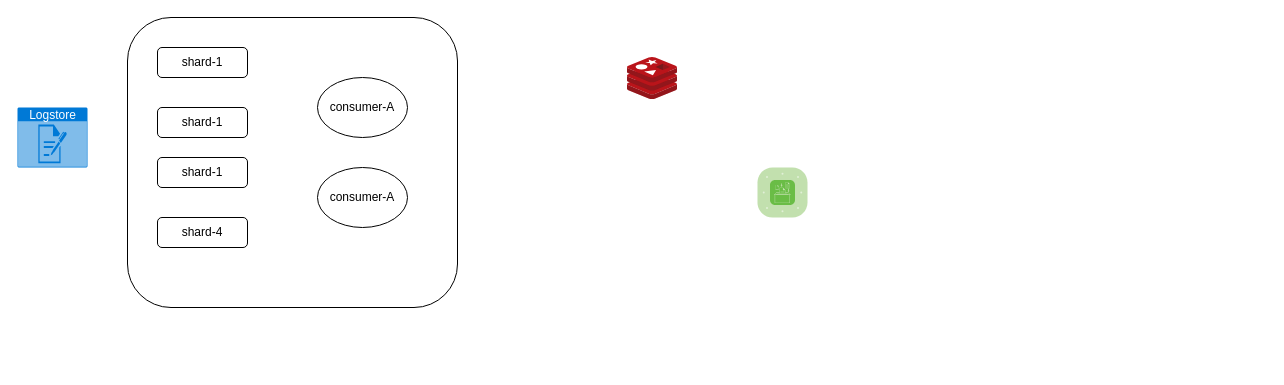
zhao520a1a/zhao520a1a.github.io keeps this draw.io diagram as Untitled Diagram.drawio. Above is the earlier version. Source tidied: cells renumbered, new cells numbered last; positions are measured from the earlier drawing's top-left corner, leaving out a move shared by most shapes. Both pictures are drawn from the tidied source at 100%, with x=0, y=0 at pixel (17, 17).
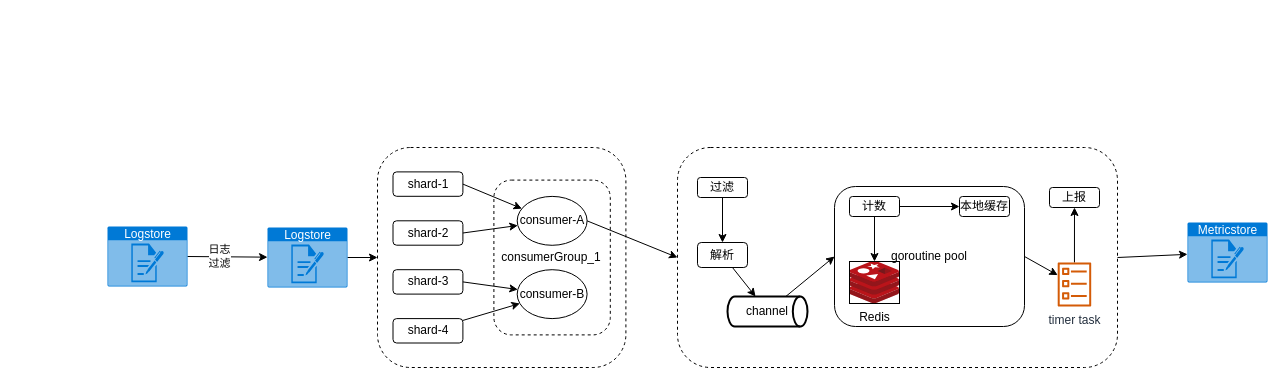
Above is the later version.

Diff of the diagram source:
```diff
@@
-    <mxCell id="2" style="sketch=0;html=1;points=[];align=center;image;fontSize=12;image=img/lib/mscae/Cache_Redis_Product.svg;" parent="1" vertex="1">
-      <mxGeometry x="610" y="40" width="50" height="42" as="geometry" />
-    </mxCell>
-    <mxCell id="3" style="verticalLabelPosition=bottom;sketch=0;html=1;fillColor=#6ABD46;strokeColor=none;verticalAlign=top;align=center;shape=mxgraph.cisco_safe.compositeIcon;bgIcon=mxgraph.cisco_safe.architecture.generic_appliance;resIcon=mxgraph.cisco_safe.architecture.log_collector;" parent="1" vertex="1">
-      <mxGeometry x="740" y="150" width="50" height="50" as="geometry" />
-    </mxCell>
+    <mxCell id="12" style="rounded=1;whiteSpace=wrap;html=1;dashed=1;strokeColor=default;" parent="1" vertex="1">
+      <mxGeometry x="660" y="130" width="440" height="220" as="geometry" />
+    </mxCell>
+    <mxCell id="13" style="edgeStyle=none;jettySize=auto;html=1;elbow=vertical;" parent="1" edge="1" source="4" target="5">
+      <mxGeometry relative="1" as="geometry" />
+    </mxCell>
     <mxCell id="4" value="Logstore" style="html=1;strokeColor=none;fillColor=#0079D6;labelPosition=center;verticalLabelPosition=middle;verticalAlign=top;align=center;fontSize=12;outlineConnect=0;spacingTop=-6;fontColor=#FFFFFF;sketch=0;shape=mxgraph.sitemap.log;" parent="1" vertex="1">
-      <mxGeometry y="90" width="70" height="60" as="geometry" />
+      <mxGeometry x="250" y="210" width="80" height="60" as="geometry" />
     </mxCell>
+    <mxCell id="14" value="Metricstore" style="html=1;strokeColor=none;fillColor=#0079D6;labelPosition=center;verticalLabelPosition=middle;verticalAlign=top;align=center;fontSize=12;outlineConnect=0;spacingTop=-6;fontColor=#FFFFFF;sketch=0;shape=mxgraph.sitemap.log;" parent="1" vertex="1">
+      <mxGeometry x="1170" y="205" width="80" height="60" as="geometry" />
+    </mxCell>
+    <mxCell id="15" style="edgeStyle=none;jettySize=auto;html=1;exitX=1;exitY=0.5;exitDx=0;exitDy=0;elbow=vertical;" parent="1" edge="1" source="12" target="14">
+      <mxGeometry relative="1" as="geometry" />
+    </mxCell>
+    <mxCell id="16" style="group;" parent="1" vertex="1">
+      <mxGeometry x="360" y="130" width="260" height="220" as="geometry" />
+    </mxCell>
-    <mxCell id="5" style="rounded=1;whiteSpace=wrap;html=1;" parent="1" vertex="1">
-      <mxGeometry x="110" width="330" height="290" as="geometry" />
+    <mxCell id="5" style="rounded=1;whiteSpace=wrap;html=1;dashed=1;" parent="16" vertex="1">
+      <mxGeometry width="248.4" height="220" as="geometry" />
     </mxCell>
-    <mxCell id="6" value="consumer-A" style="ellipse;whiteSpace=wrap;html=1;" parent="1" vertex="1">
-      <mxGeometry x="300" y="60" width="90" height="60" as="geometry" />
-    </mxCell>
-    <mxCell id="7" value="consumer-A" style="ellipse;whiteSpace=wrap;html=1;" parent="1" vertex="1">
-      <mxGeometry x="300" y="150" width="90" height="60" as="geometry" />
-    </mxCell>
+    <mxCell id="17" value="consumerGroup_1" style="rounded=1;whiteSpace=wrap;html=1;dashed=1;strokeColor=default;" parent="16" vertex="1">
+      <mxGeometry x="116.4" y="32.6" width="116.4" height="154.8" as="geometry" />
+    </mxCell>
-    <mxCell id="8" value="shard-1" style="rounded=1;whiteSpace=wrap;html=1;" parent="1" vertex="1">
-      <mxGeometry x="140" y="30" width="90" height="30" as="geometry" />
+    <mxCell id="8" value="shard-1" style="rounded=1;whiteSpace=wrap;html=1;" parent="16" vertex="1">
+      <mxGeometry x="15.5" y="24.4" width="69.9" height="24.4" as="geometry" />
     </mxCell>
-    <mxCell id="9" value="shard-1" style="rounded=1;whiteSpace=wrap;html=1;" parent="1" vertex="1">
-      <mxGeometry x="140" y="90" width="90" height="30" as="geometry" />
+    <mxCell id="9" value="shard-2" style="rounded=1;whiteSpace=wrap;html=1;" parent="16" vertex="1">
+      <mxGeometry x="15.5" y="73.3" width="69.9" height="24.4" as="geometry" />
     </mxCell>
-    <mxCell id="10" value="shard-1" style="rounded=1;whiteSpace=wrap;html=1;" parent="1" vertex="1">
-      <mxGeometry x="140" y="140" width="90" height="30" as="geometry" />
+    <mxCell id="10" value="shard-3" style="rounded=1;whiteSpace=wrap;html=1;" parent="16" vertex="1">
+      <mxGeometry x="15.5" y="122.2" width="69.9" height="24.4" as="geometry" />
     </mxCell>
-    <mxCell id="11" value="shard-4" style="rounded=1;whiteSpace=wrap;html=1;" parent="1" vertex="1">
-      <mxGeometry x="140" y="200" width="90" height="30" as="geometry" />
+    <mxCell id="11" value="shard-4" style="rounded=1;whiteSpace=wrap;html=1;" parent="16" vertex="1">
+      <mxGeometry x="15.5" y="171.1" width="69.9" height="24.4" as="geometry" />
     </mxCell>
+    <mxCell id="6" value="consumer-A" style="ellipse;whiteSpace=wrap;html=1;" parent="16" vertex="1">
+      <mxGeometry x="139.7" y="48.9" width="69.9" height="48.9" as="geometry" />
+    </mxCell>
+    <mxCell id="18" style="jettySize=auto;html=1;exitX=1;exitY=0.5;exitDx=0;exitDy=0;elbow=vertical;" parent="16" edge="1" source="8" target="6">
+      <mxGeometry relative="1" as="geometry" />
+    </mxCell>
+    <mxCell id="19" style="jettySize=auto;html=1;exitX=1;exitY=0.5;exitDx=0;exitDy=0;" parent="16" edge="1" source="9" target="6">
+      <mxGeometry relative="1" as="geometry" />
+    </mxCell>
+    <mxCell id="7" value="consumer-B" style="ellipse;whiteSpace=wrap;html=1;" parent="16" vertex="1">
+      <mxGeometry x="139.7" y="122.2" width="69.9" height="48.9" as="geometry" />
+    </mxCell>
+    <mxCell id="20" style="jettySize=auto;html=1;exitX=1;exitY=0.5;exitDx=0;exitDy=0;" parent="16" edge="1" source="10" target="7">
+      <mxGeometry relative="1" as="geometry" />
+    </mxCell>
+    <mxCell id="21" style="jettySize=auto;html=1;" parent="16" edge="1" source="11" target="7">
+      <mxGeometry relative="1" as="geometry" />
+    </mxCell>
+    <mxCell id="22" style="edgeStyle=none;jettySize=auto;html=1;exitX=1;exitY=0.5;exitDx=0;exitDy=0;elbow=vertical;entryX=0;entryY=0.5;entryDx=0;entryDy=0;" parent="1" edge="1" source="6" target="12">
+      <mxGeometry relative="1" as="geometry" />
+    </mxCell>
+    <mxCell id="23" style="edgeStyle=none;jettySize=auto;html=1;exitX=0.5;exitY=1;exitDx=0;exitDy=0;entryX=0.5;entryY=0;entryDx=0;entryDy=0;startArrow=none;startFill=0;elbow=vertical;" parent="1" edge="1" source="24" target="26">
+      <mxGeometry relative="1" as="geometry" />
+    </mxCell>
+    <mxCell id="24" value="过滤" style="rounded=1;whiteSpace=wrap;html=1;strokeColor=default;" parent="1" vertex="1">
+      <mxGeometry x="680" y="160" width="50" height="20" as="geometry" />
+    </mxCell>
+    <mxCell id="25" style="edgeStyle=none;jettySize=auto;html=1;startArrow=none;startFill=0;elbow=vertical;" parent="1" edge="1" source="26" target="40">
+      <mxGeometry relative="1" as="geometry" />
+    </mxCell>
+    <mxCell id="26" value="解析" style="rounded=1;whiteSpace=wrap;html=1;strokeColor=default;" parent="1" vertex="1">
+      <mxGeometry x="680" y="225" width="50" height="25" as="geometry" />
+    </mxCell>
+    <mxCell id="27" value="上报" style="rounded=1;whiteSpace=wrap;html=1;strokeColor=default;" parent="1" vertex="1">
+      <mxGeometry x="1032" y="170" width="50" height="20" as="geometry" />
+    </mxCell>
+    <mxCell id="28" style="edgeStyle=none;jettySize=auto;html=1;startArrow=none;startFill=0;elbow=vertical;" parent="1" edge="1" source="29" target="27">
+      <mxGeometry relative="1" as="geometry" />
+    </mxCell>
+    <mxCell id="29" value="timer task" style="sketch=0;outlineConnect=0;fontColor=#232F3E;gradientColor=none;fillColor=#D45B07;strokeColor=none;dashed=0;verticalLabelPosition=bottom;verticalAlign=top;align=center;html=1;fontSize=12;fontStyle=0;shape=mxgraph.aws4.ecs_task;" parent="1" vertex="1">
+      <mxGeometry x="1040" y="245" width="33.9" height="44" as="geometry" />
+    </mxCell>
+    <mxCell id="30" style="edgeStyle=none;jettySize=auto;html=1;exitX=1;exitY=0.5;exitDx=0;exitDy=0;exitPerimeter=0;startArrow=none;startFill=0;elbow=vertical;" parent="1" edge="1" source="32" target="4">
+      <mxGeometry relative="1" as="geometry" />
+    </mxCell>
+    <mxCell id="31" value="日志&lt;br&gt;过滤" style="edgeLabel;html=1;align=center;verticalAlign=middle;" parent="30" vertex="1">
+      <mxGeometry x="-0.23" y="1" relative="1" as="geometry" />
+    </mxCell>
+    <mxCell id="32" value="Logstore" style="html=1;strokeColor=none;fillColor=#0079D6;labelPosition=center;verticalLabelPosition=middle;verticalAlign=top;align=center;fontSize=12;outlineConnect=0;spacingTop=-6;fontColor=#FFFFFF;sketch=0;shape=mxgraph.sitemap.log;" parent="1" vertex="1">
+      <mxGeometry x="90" y="209" width="80" height="60" as="geometry" />
+    </mxCell>
+    <mxCell id="33" style="edgeStyle=none;jettySize=auto;html=1;startArrow=none;startFill=0;elbow=vertical;exitX=1;exitY=0.5;exitDx=0;exitDy=0;" parent="1" edge="1" source="34" target="29">
+      <mxGeometry relative="1" as="geometry" />
+    </mxCell>
+    <mxCell id="34" value="&lt;div&gt;&lt;span&gt;goroutine pool&lt;/span&gt;&lt;/div&gt;" style="rounded=1;whiteSpace=wrap;html=1;strokeColor=default;align=center;" parent="1" vertex="1">
+      <mxGeometry x="817" y="169" width="190" height="140" as="geometry" />
+    </mxCell>
+    <mxCell id="35" value="计数" style="rounded=1;whiteSpace=wrap;html=1;strokeColor=default;" parent="1" vertex="1">
+      <mxGeometry x="832" y="179" width="50" height="20" as="geometry" />
+    </mxCell>
+    <mxCell id="36" value="本地缓存" style="rounded=1;whiteSpace=wrap;html=1;strokeColor=default;" parent="1" vertex="1">
+      <mxGeometry x="942" y="179" width="50" height="20" as="geometry" />
+    </mxCell>
+    <mxCell id="2" value="Redis" style="sketch=0;html=1;points=[];align=center;image;fontSize=12;image=img/lib/mscae/Cache_Redis_Product.svg;imageBorder=default;" parent="1" vertex="1">
+      <mxGeometry x="832" y="244" width="50" height="42" as="geometry" />
+    </mxCell>
+    <mxCell id="37" style="edgeStyle=none;jettySize=auto;html=1;exitX=1;exitY=0.5;exitDx=0;exitDy=0;startArrow=none;startFill=0;elbow=vertical;" parent="1" edge="1" source="35" target="36">
+      <mxGeometry relative="1" as="geometry" />
+    </mxCell>
+    <mxCell id="38" style="edgeStyle=none;jettySize=auto;html=1;startArrow=none;startFill=0;elbow=vertical;" parent="1" edge="1" source="35" target="2">
+      <mxGeometry relative="1" as="geometry" />
+    </mxCell>
+    <mxCell id="39" style="edgeStyle=none;jettySize=auto;html=1;startArrow=none;startFill=0;elbow=vertical;entryX=0;entryY=0.5;entryDx=0;entryDy=0;" parent="1" edge="1" source="40" target="34">
+      <mxGeometry relative="1" as="geometry" />
+    </mxCell>
+    <mxCell id="40" value="channel" style="strokeWidth=2;html=1;shape=mxgraph.flowchart.direct_data;whiteSpace=wrap;" parent="1" vertex="1">
+      <mxGeometry x="710" y="279" width="80" height="30" as="geometry" />
+    </mxCell>
```
